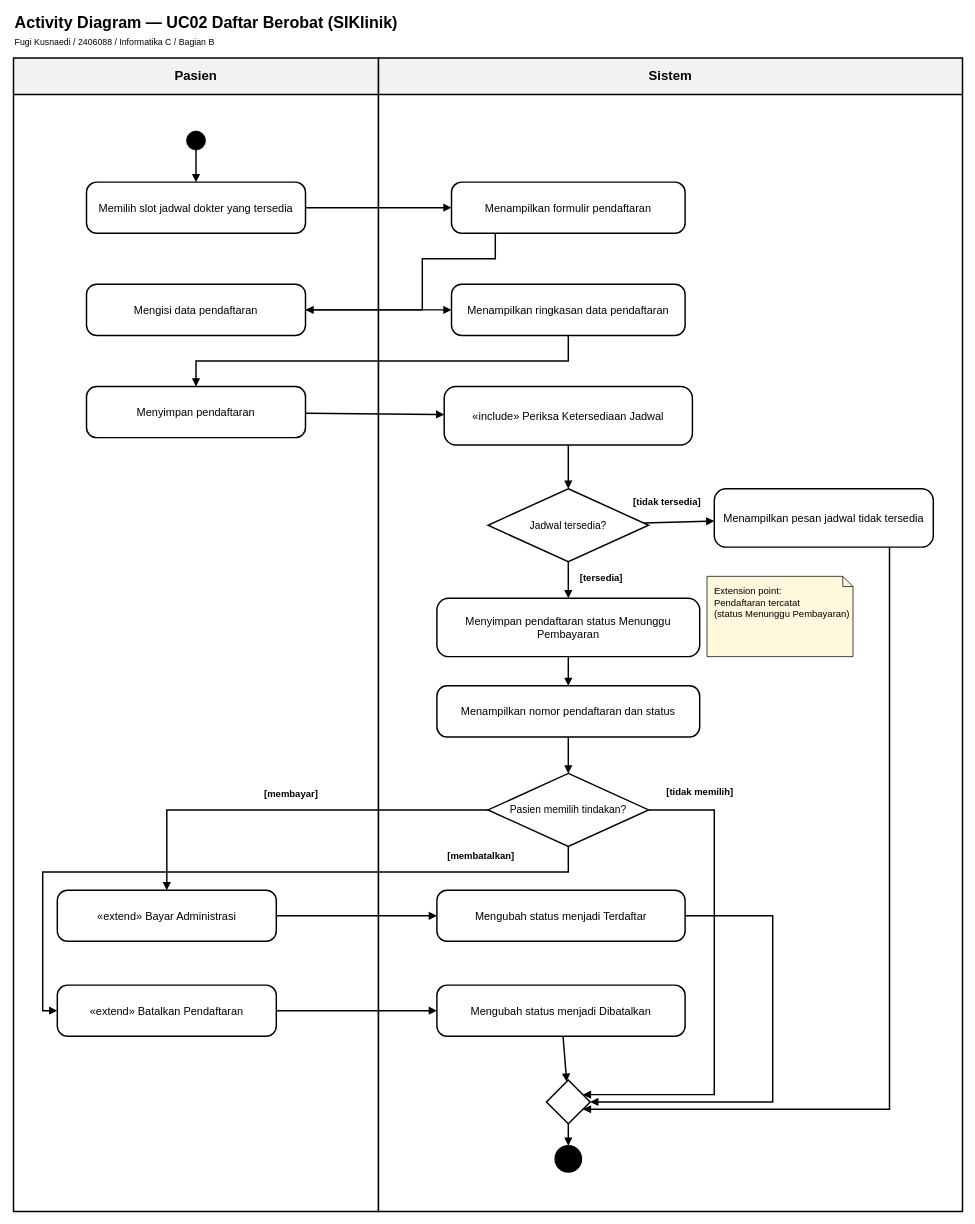
The draw.io diagram 03_activity/UTS_2406088_B_activity_v01.drawio in igufdev-bijak/UTS-Prak.ABDO-2406088-Informatika-C, before the edit. Source tidied: cells renumbered, new cells numbered last; positions are measured from the earlier drawing's top-left corner, leaving out a move shared by most shapes. Both pictures are drawn from the tidied source at 73%, with x=0, y=0 at pixel (13, 12).
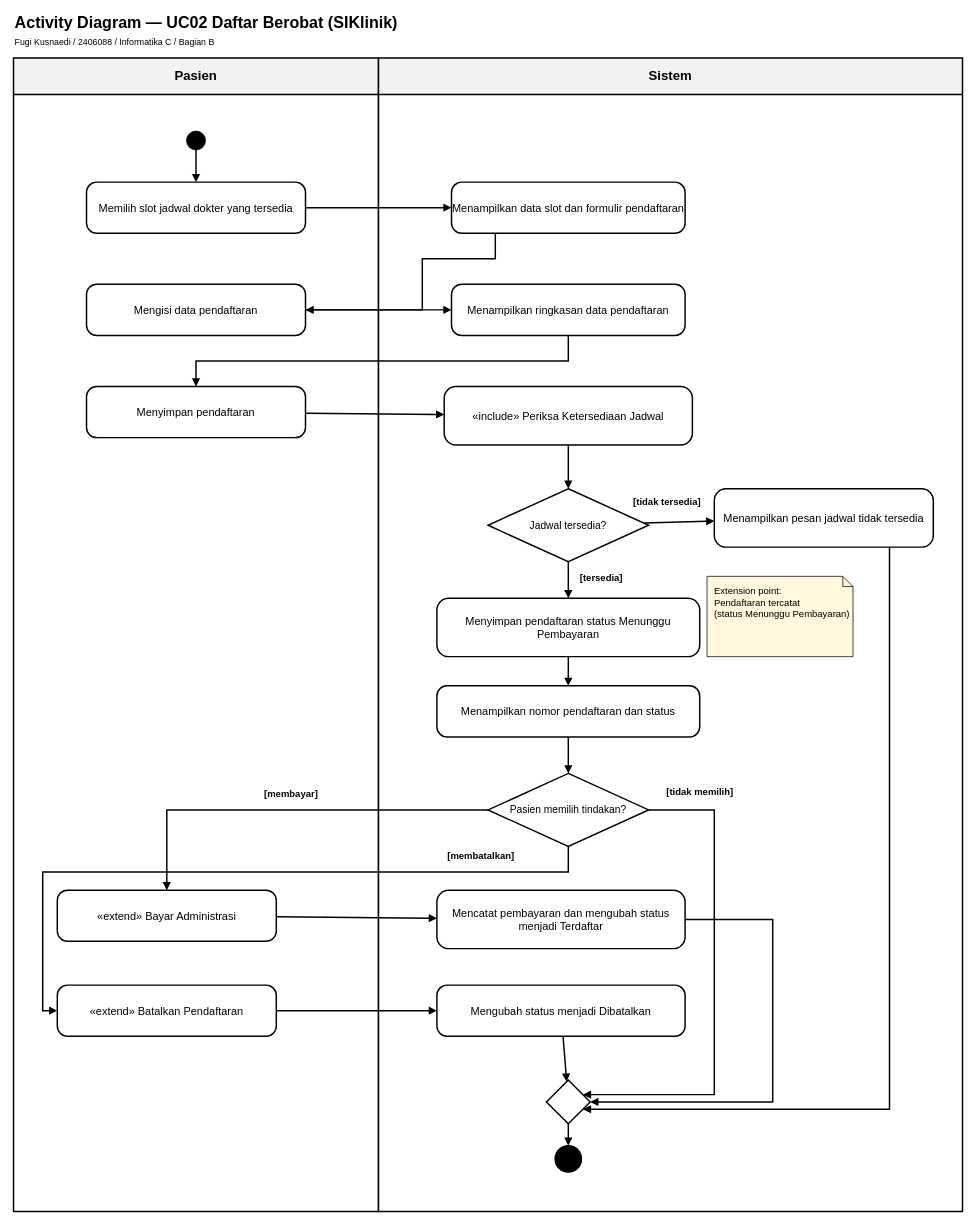
The same diagram, later.

Commit message (it also covers changes not shown here):
Perbaiki encoding label HTML draw.io dan selaraskan activity

Unchanged cells that the change refers to:
```xml
<mxCell id="3" value="Sistem" style="swimlane;startSize=50;horizontal=1;whiteSpace=wrap;html=1;fontStyle=1;fontSize=18;fillColor=#F2F2F2;swimlaneFillColor=#FFFFFF;strokeColor=#000000;strokeWidth=2;" parent="1" vertex="1">
  <mxGeometry x="500" y="62" width="800" height="1580" as="geometry" />
</mxCell>
<mxCell id="40" style="rhombus;whiteSpace=wrap;html=1;fillColor=#FFFFFF;strokeColor=#000000;strokeWidth=2;" parent="3" vertex="1">
  <mxGeometry x="230" y="1400" width="60" height="60" as="geometry" />
</mxCell>
```

Diff of the diagram source:
```diff
@@
     <mxCell id="20" style="endArrow=block;html=1;strokeWidth=2;rounded=0;edgeStyle=orthogonalEdgeStyle;" parent="1" edge="1" source="37" target="40">
       <mxGeometry relative="1" as="geometry">
         <Array as="points">
-          <mxPoint x="1040" y="1237" />
+          <mxPoint x="1040" y="1242" />
           <mxPoint x="1040" y="1492" />
         </Array>
       </mxGeometry>
     </mxCell>
@@
-    <mxCell id="26" value="Menampilkan formulir pendaftaran" style="rounded=1;whiteSpace=wrap;html=1;arcSize=20;fontSize=15;fillColor=#FFFFFF;strokeColor=#000000;strokeWidth=2;" parent="3" vertex="1">
+    <mxCell id="26" value="Menampilkan data slot dan formulir pendaftaran" style="rounded=1;whiteSpace=wrap;html=1;arcSize=20;fontSize=15;fillColor=#FFFFFF;strokeColor=#000000;strokeWidth=2;" parent="3" vertex="1">
       <mxGeometry x="100" y="170" width="320" height="70" as="geometry" />
     </mxCell>
@@
-    <mxCell id="37" value="Mengubah status menjadi Terdaftar" style="rounded=1;whiteSpace=wrap;html=1;arcSize=20;fontSize=15;fillColor=#FFFFFF;strokeColor=#000000;strokeWidth=2;" parent="3" vertex="1">
-      <mxGeometry x="80" y="1140" width="340" height="70" as="geometry" />
+    <mxCell id="37" value="Mencatat pembayaran dan mengubah status menjadi Terdaftar" style="rounded=1;whiteSpace=wrap;html=1;arcSize=20;fontSize=15;fillColor=#FFFFFF;strokeColor=#000000;strokeWidth=2;" parent="3" vertex="1">
+      <mxGeometry x="80" y="1140" width="340" height="80" as="geometry" />
     </mxCell>
```
